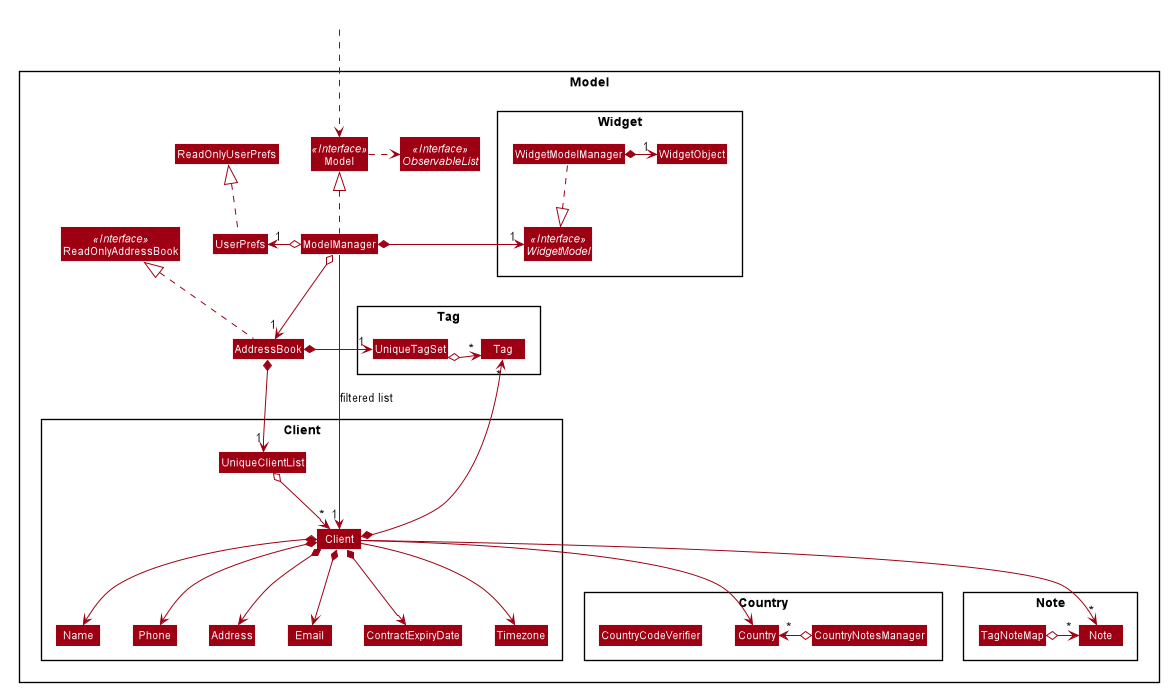
tankangliang/tp keeps this PlantUML diagram as docs/images/ModelClassDiagram.png. Above is the earlier version.
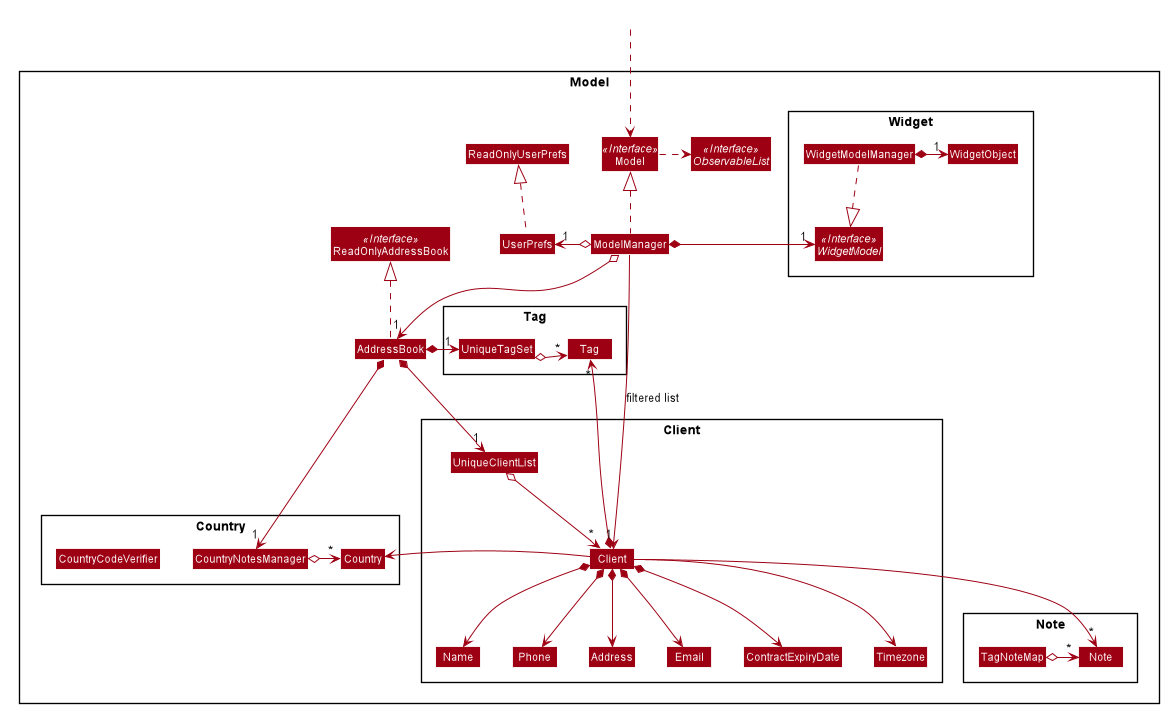
Later version of the same file.

Commit message:
Manual overwrite model class diagram

Diff of the diagram source:
```diff
@@ -113,6 +113,7 @@
 ModelManager o-left-> "1" UserPrefs
 ModelManager *-right->"1" WidgetModel
 AddressBook *-right->"1" UniqueTagSet
+AddressBook *-right-> "1" CountryNotesManager
 
 
 UserPrefs .up.|> ReadOnlyUserPrefs
@@ -125,7 +126,7 @@
 Client *--> Address
 Client *--> ContractExpiryDate
 Client *-up-> "*" Tag
-Client --> Country
+Client -right-> Country
 Client --> Timezone
 Client -->"*" Note
 
@@ -133,7 +134,7 @@
 WidgetModelManager ..|> WidgetModel
 WidgetModelManager *-right->"1" WidgetObject
 
-CountryNotesManager o-left-> "*" Country
+CountryNotesManager o-right-> "*" Country
 UniqueTagSet o-right-> "*" Tag
 TagNoteMap o-right-> "*" Note
 
```
